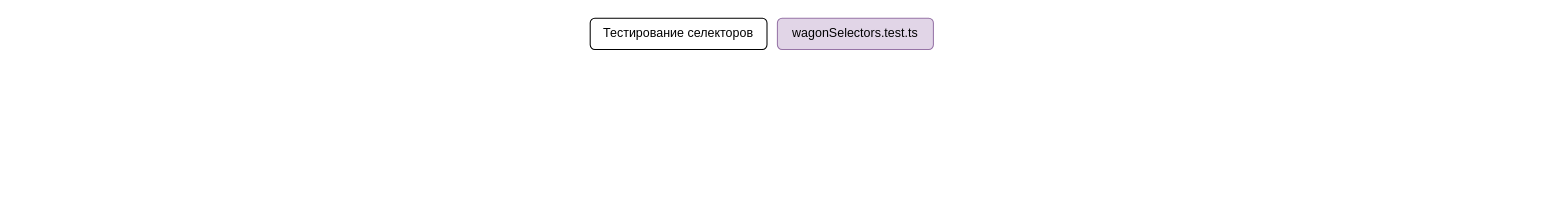
The draw.io diagram Test Flow.drawio in orlov-oleg-developer/asuter-UML, before the edit. Source tidied: cells renumbered, new cells numbered last; positions are measured from the earlier drawing's top-left corner, leaving out a move shared by most shapes. Both pictures are drawn from the tidied source at 104%, with x=0, y=0 at pixel (590, 18).
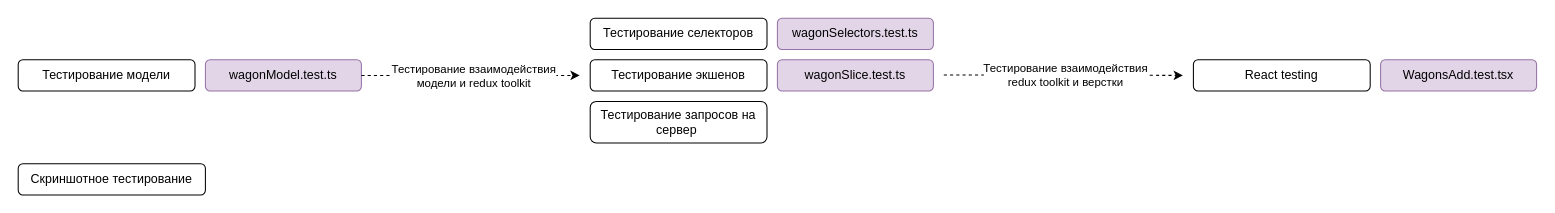
The same diagram, later.

What changed in the source:
```diff
@@
 <mxGraphModel>
   <root>
     <mxCell id="0" />
     <mxCell id="1" parent="0" />
     <mxCell id="2" value="Тестирование селекторов" style="rounded=1;whiteSpace=wrap;html=1;" parent="1" vertex="1">
       <mxGeometry width="170" height="30" as="geometry" />
     </mxCell>
     <mxCell id="3" value="wagonSelectors.test.ts" style="rounded=1;whiteSpace=wrap;html=1;fillColor=#e1d5e7;strokeColor=#9673a6;" parent="1" vertex="1">
       <mxGeometry x="180" width="150" height="30" as="geometry" />
     </mxCell>
+    <mxCell id="4" value="Тестирование экшенов" style="rounded=1;whiteSpace=wrap;html=1;" parent="1" vertex="1">
+      <mxGeometry y="40" width="170" height="30" as="geometry" />
+    </mxCell>
+    <mxCell id="5" value="wagonSlice.test.ts" style="rounded=1;whiteSpace=wrap;html=1;fillColor=#e1d5e7;strokeColor=#9673a6;" parent="1" vertex="1">
+      <mxGeometry x="180" y="40" width="150" height="30" as="geometry" />
+    </mxCell>
+    <mxCell id="6" value="Тестирование модели" style="rounded=1;whiteSpace=wrap;html=1;" parent="1" vertex="1">
+      <mxGeometry x="-550" y="40" width="170" height="30" as="geometry" />
+    </mxCell>
+    <mxCell id="7" value="wagonModel.test.ts" style="rounded=1;whiteSpace=wrap;html=1;fillColor=#e1d5e7;strokeColor=#9673a6;" parent="1" vertex="1">
+      <mxGeometry x="-370" y="40" width="150" height="30" as="geometry" />
+    </mxCell>
+    <mxCell id="8" style="endArrow=classic;html=1;rounded=0;exitX=1;exitY=0.5;exitDx=0;exitDy=0;dashed=1;" parent="1" edge="1" source="7">
+      <mxGeometry relative="1" as="geometry">
+        <mxPoint x="-10" y="55" as="targetPoint" />
+      </mxGeometry>
+    </mxCell>
+    <mxCell id="9" value="Тестирование взаимодействия &lt;br&gt;модели и redux toolkit" style="edgeLabel;html=1;align=center;verticalAlign=middle;" parent="8" vertex="1">
+      <mxGeometry x="-0.03" y="-2" relative="1" as="geometry">
+        <mxPoint x="5" y="-2" as="offset" />
+      </mxGeometry>
+    </mxCell>
+    <mxCell id="10" style="endArrow=classic;html=1;rounded=0;exitX=1;exitY=0.5;exitDx=0;exitDy=0;dashed=1;" parent="1" edge="1">
+      <mxGeometry relative="1" as="geometry">
+        <mxPoint x="340" y="54.6" as="sourcePoint" />
+        <mxPoint x="570" y="55" as="targetPoint" />
+      </mxGeometry>
+    </mxCell>
+    <mxCell id="11" value="Тестирование взаимодействия &lt;br&gt;redux toolkit и верстки" style="edgeLabel;html=1;align=center;verticalAlign=middle;" parent="10" vertex="1">
+      <mxGeometry x="-0.03" y="-2" relative="1" as="geometry">
+        <mxPoint x="5" y="-2" as="offset" />
+      </mxGeometry>
+    </mxCell>
+    <mxCell id="12" value="React testing" style="rounded=1;whiteSpace=wrap;html=1;" parent="1" vertex="1">
+      <mxGeometry x="580" y="40" width="170" height="30" as="geometry" />
+    </mxCell>
+    <mxCell id="13" value="WagonsAdd.test.tsx" style="rounded=1;whiteSpace=wrap;html=1;fillColor=#e1d5e7;strokeColor=#9673a6;" parent="1" vertex="1">
+      <mxGeometry x="760" y="40" width="150" height="30" as="geometry" />
+    </mxCell>
+    <mxCell id="14" value="Скриншотное тестирование" style="rounded=1;whiteSpace=wrap;html=1;" parent="1" vertex="1">
+      <mxGeometry x="-550" y="140" width="180" height="30" as="geometry" />
+    </mxCell>
+    <mxCell id="15" value="Тестирование запросов на сервер&amp;nbsp;" style="rounded=1;whiteSpace=wrap;html=1;" parent="1" vertex="1">
+      <mxGeometry y="80" width="170" height="40" as="geometry" />
+    </mxCell>
   </root>
 </mxGraphModel>
```
